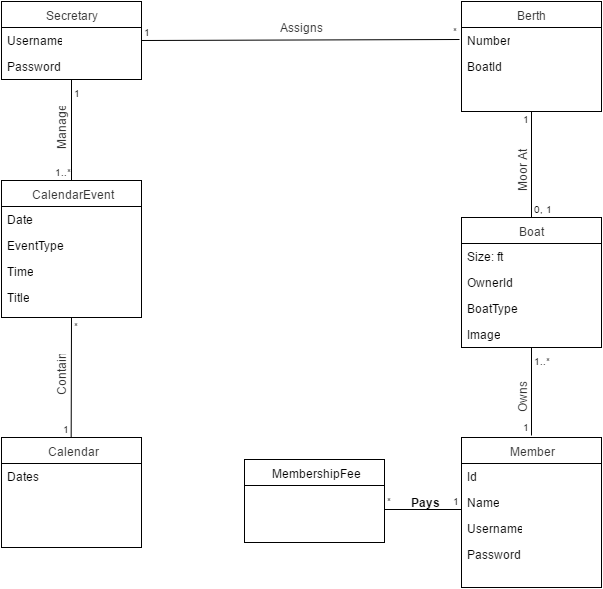
Earlier version of the draw.io export DomainModelFinal.png (beppek/1DV607). Source tidied: cells renumbered, new cells last; positions are measured from the earlier drawing's top-left corner, leaving out a move shared by most shapes.
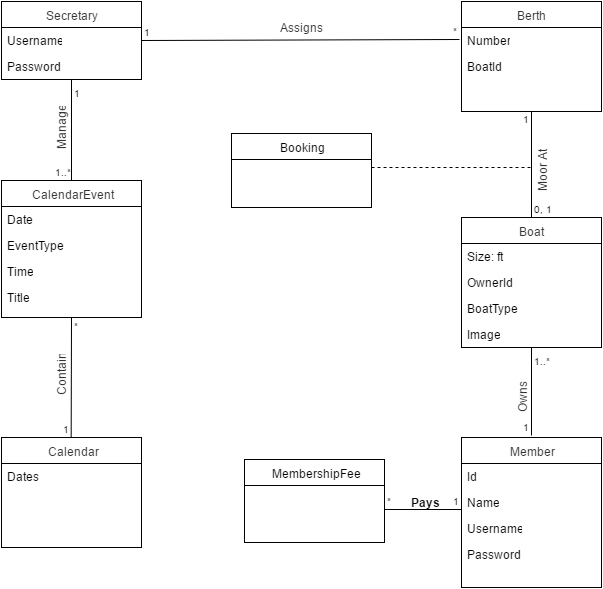
Later version of the same file.

Commit message:
Updates final model with booking entity

Diff of the diagram source:
```diff
@@ -128,8 +128,8 @@
       </mxCell>
     </object>
     <object id="39" label="&lt;font color=&quot;#333333&quot;&gt;Moor At&lt;/font&gt;" name="Variable" placeholders="1">
-      <mxCell style="text;html=1;strokeColor=none;fillColor=none;align=center;verticalAlign=middle;whiteSpace=wrap;overflow=hidden;fontColor=#FF3333;rotation=-90;" parent="1" vertex="1">
-        <mxGeometry x="490" y="159" width="60" height="20" as="geometry" />
+      <mxCell style="text;html=1;strokeColor=none;fillColor=none;align=center;verticalAlign=middle;whiteSpace=wrap;overflow=hidden;fontColor=#FF3333;rotation=-90;direction=east;" parent="1" vertex="1">
+        <mxGeometry x="510" y="159" width="60" height="20" as="geometry" />
       </mxCell>
     </object>
     <object id="40" label="&lt;font color=&quot;#333333&quot;&gt;Owns&lt;/font&gt;" name="Variable" placeholders="1">
@@ -174,5 +174,14 @@
     <mxCell id="49" value="&lt;font color=&quot;#000000&quot;&gt;Pays&lt;/font&gt;" style="text;html=1;align=center;fontStyle=1;verticalAlign=middle;spacingLeft=3;spacingRight=3;strokeColor=none;fontColor=#FF3333;" parent="1" vertex="1">
       <mxGeometry x="383" y="488" width="80" height="26" as="geometry" />
     </mxCell>
+    <mxCell id="50" style="endArrow=none;endSize=12;dashed=1;html=1;fontColor=#FF3333;endFill=0;" parent="1" edge="1">
+      <mxGeometry relative="1" as="geometry">
+        <mxPoint x="370" y="166" as="sourcePoint" />
+        <mxPoint x="530" y="166" as="targetPoint" />
+      </mxGeometry>
+    </mxCell>
+    <mxCell id="51" value="&lt;font color=&quot;#000000&quot;&gt;Booking&lt;/font&gt;" style="swimlane;html=1;fontStyle=0;horizontal=1;startSize=26;fillColor=none;swimlaneFillColor=#ffffff;fontColor=#FF3333;" parent="1" vertex="1">
+      <mxGeometry x="230" y="132" width="140" height="74" as="geometry" />
+    </mxCell>
   </root>
 </mxGraphModel>
```
